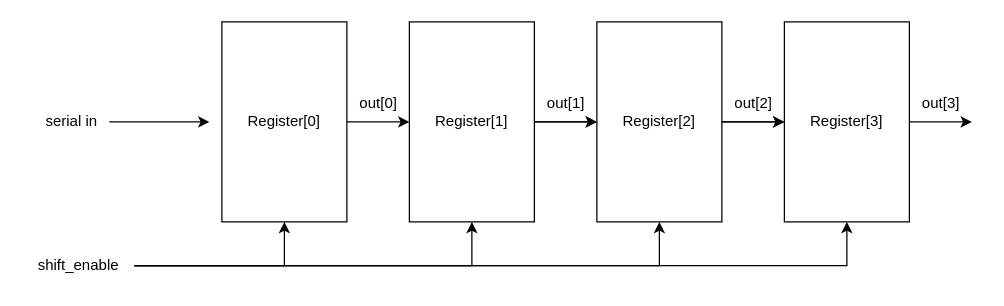
Before: lab4-register.drawio in Charvles/ECE337, a draw.io diagram. Source tidied: cells renumbered, new cells numbered last; positions are measured from the earlier drawing's top-left corner, leaving out a move shared by most shapes. Both pictures are drawn from the tidied source at 125%, with x=0, y=0 at pixel (21, 21).
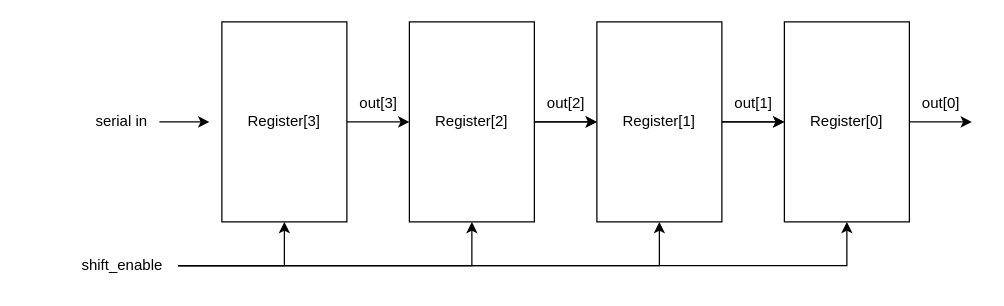
The same page after the edit.

Diff of the diagram source:
```diff
@@
-    <mxCell id="3" value="Register[0]" style="rounded=0;whiteSpace=wrap;html=1;" parent="1" vertex="1">
+    <mxCell id="3" value="Register[3]" style="rounded=0;whiteSpace=wrap;html=1;" parent="1" vertex="1">
       <mxGeometry x="160" width="100" height="160" as="geometry" />
     </mxCell>
     <mxCell id="4" value="serial in" style="text;html=1;align=center;verticalAlign=middle;whiteSpace=wrap;rounded=0;" parent="1" vertex="1">
-      <mxGeometry x="10" y="65" width="60" height="30" as="geometry" />
+      <mxGeometry x="50" y="65" width="60" height="30" as="geometry" />
     </mxCell>
@@
-    <mxCell id="7" value="Register[1]" style="rounded=0;whiteSpace=wrap;html=1;" parent="1" vertex="1">
+    <mxCell id="7" value="Register[2]" style="rounded=0;whiteSpace=wrap;html=1;" parent="1" vertex="1">
       <mxGeometry x="310" width="100" height="160" as="geometry" />
     </mxCell>
     <mxCell id="8" value="out[0]" style="text;html=1;align=center;verticalAlign=middle;strokeColor=none;fillColor=none;" parent="1" vertex="1">
-      <mxGeometry x="260" y="50" width="50" height="30" as="geometry" />
+      <mxGeometry x="710" y="50" width="50" height="30" as="geometry" />
     </mxCell>
@@
-    <mxCell id="11" value="Register[2]" style="rounded=0;whiteSpace=wrap;html=1;" parent="1" vertex="1">
+    <mxCell id="11" value="Register[1]" style="rounded=0;whiteSpace=wrap;html=1;" parent="1" vertex="1">
       <mxGeometry x="460" width="100" height="160" as="geometry" />
     </mxCell>
     <mxCell id="12" value="out[1]" style="text;html=1;align=center;verticalAlign=middle;strokeColor=none;fillColor=none;" parent="1" vertex="1">
-      <mxGeometry x="410" y="50" width="50" height="30" as="geometry" />
+      <mxGeometry x="560" y="50" width="50" height="30" as="geometry" />
     </mxCell>
@@
-    <mxCell id="15" value="Register[3]" style="rounded=0;whiteSpace=wrap;html=1;" parent="1" vertex="1">
+    <mxCell id="15" value="Register[0]" style="rounded=0;whiteSpace=wrap;html=1;" parent="1" vertex="1">
       <mxGeometry x="610" width="100" height="160" as="geometry" />
     </mxCell>
     <mxCell id="16" value="out[2]" style="text;html=1;align=center;verticalAlign=middle;strokeColor=none;fillColor=none;" parent="1" vertex="1">
-      <mxGeometry x="560" y="50" width="50" height="30" as="geometry" />
+      <mxGeometry x="410" y="50" width="50" height="30" as="geometry" />
     </mxCell>
     <mxCell id="17" value="out[3]" style="text;html=1;align=center;verticalAlign=middle;strokeColor=none;fillColor=none;" parent="1" vertex="1">
-      <mxGeometry x="710" y="50" width="50" height="30" as="geometry" />
+      <mxGeometry x="260" y="50" width="50" height="30" as="geometry" />
     </mxCell>
@@
     <mxCell id="22" value="shift_enable" style="text;html=1;align=center;verticalAlign=middle;points=[];strokeColor=none;fillColor=none;" parent="1" vertex="1">
-      <mxGeometry y="180" width="90" height="30" as="geometry" />
+      <mxGeometry x="35" y="180" width="90" height="30" as="geometry" />
     </mxCell>
```
